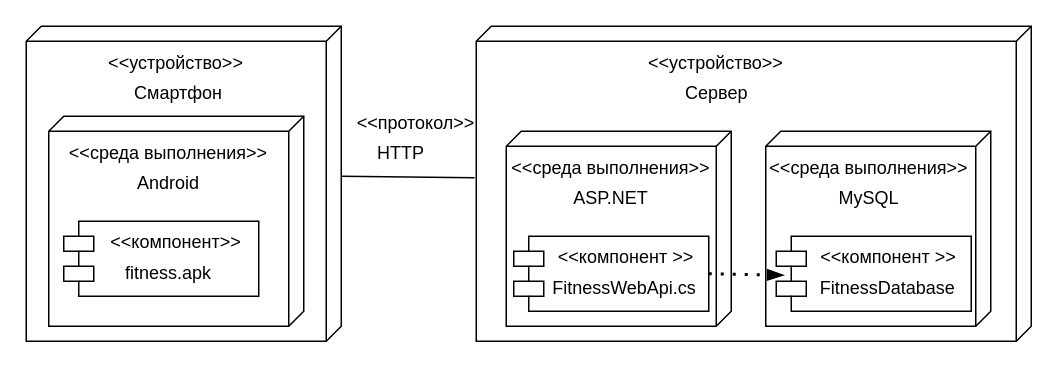
Earlier version of the draw.io diagram Схема развёртывания Б 1.drawio (DenobBlack/Course). Source tidied: cells renumbered, new cells numbered last; positions are measured from the earlier drawing's top-left corner, leaving out a move shared by most shapes. Both pictures are drawn from the tidied source at 150%, with x=0, y=0 at pixel (26, 26).
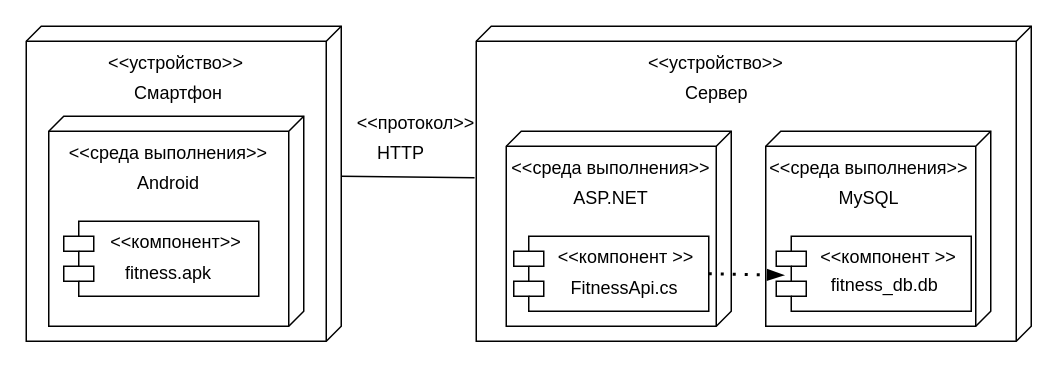
The same page after the edit.

Unchanged cells that the change refers to:
```xml
<mxCell id="12" style="group;" parent="8" vertex="1">
  <mxGeometry x="5" y="70" width="130" height="50" as="geometry" />
</mxCell>
<mxCell id="20" style="group;" parent="15" vertex="1">
  <mxGeometry y="70" width="130" height="50" as="geometry" />
</mxCell>
```

Diff of the diagram source:
```diff
@@
-    <mxCell id="14" value="FitnessWebApi.cs" style="text;html=1;align=center;verticalAlign=middle;whiteSpace=wrap;rounded=0;" parent="12" vertex="1">
+    <mxCell id="14" value="FitnessApi.cs" style="text;html=1;align=center;verticalAlign=middle;whiteSpace=wrap;rounded=0;" parent="12" vertex="1">
       <mxGeometry x="51" y="20" width="45.9" height="30" as="geometry" />
     </mxCell>
@@
-    <mxCell id="22" value="FitnessDatabase" style="text;html=1;align=center;verticalAlign=middle;whiteSpace=wrap;rounded=0;" parent="20" vertex="1">
-      <mxGeometry x="47" y="20" width="75" height="30" as="geometry" />
+    <mxCell id="22" value="fitness_db.db" style="text;html=1;align=center;verticalAlign=middle;whiteSpace=wrap;rounded=0;" parent="20" vertex="1">
+      <mxGeometry x="45" y="18" width="75" height="30" as="geometry" />
     </mxCell>
```
